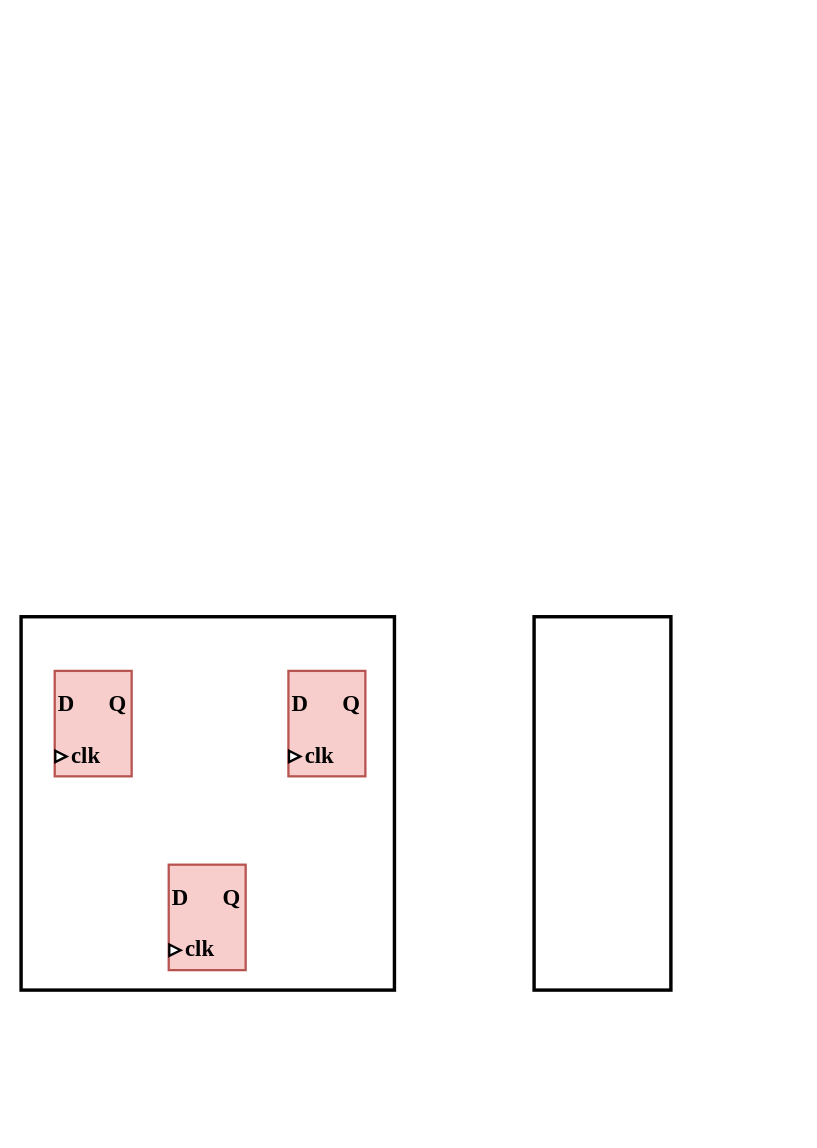
Before: logicsynthesis.drawio in kxzhu0505/LogicSynOpt, a draw.io diagram. Source tidied: cells renumbered, new cells numbered last; positions are measured from the earlier drawing's top-left corner, leaving out a move shared by most shapes. Both pictures are drawn from the tidied source at 114%, with x=0, y=0 at pixel (21, 616).
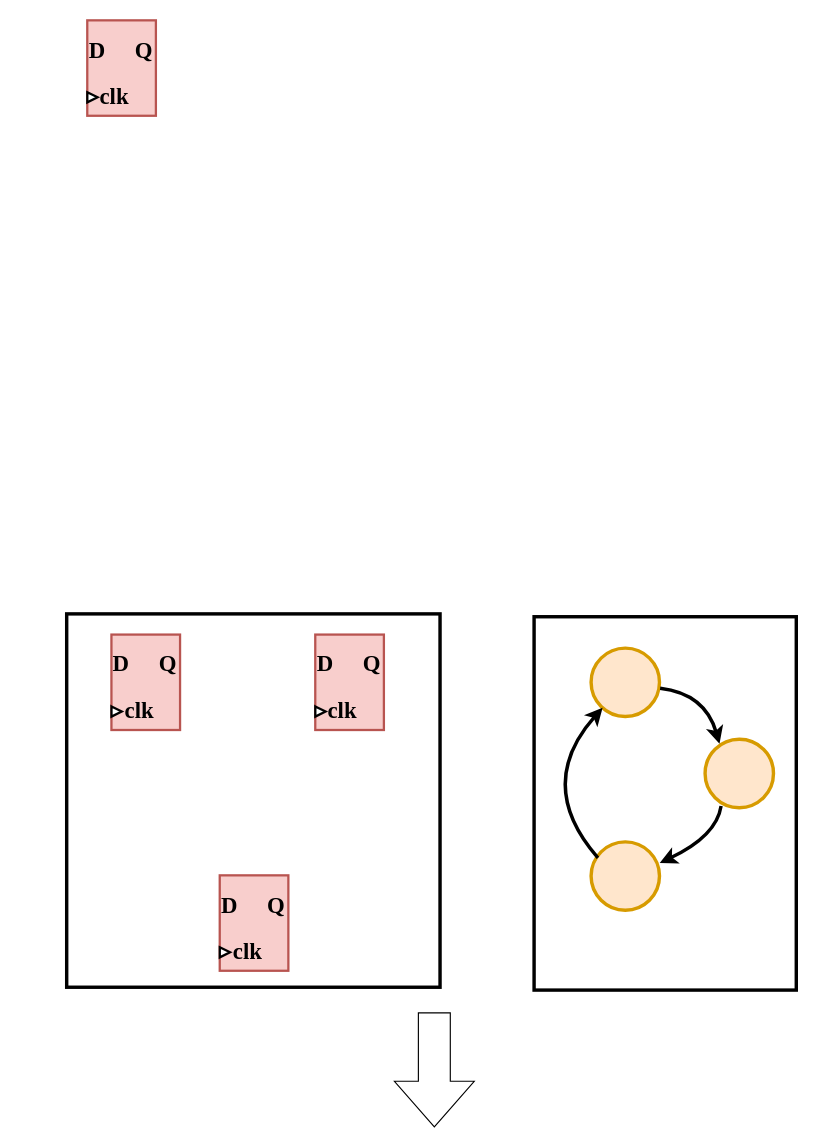
After the change.

The edit, as a diff of the source:
```diff
@@
     <mxCell id="2" style="whiteSpace=wrap;html=1;strokeWidth=3;" parent="1" vertex="1">
-      <mxGeometry y="0.5" width="327.5" height="327.5" as="geometry" />
+      <mxGeometry x="40" y="-2" width="327.5" height="327.5" as="geometry" />
     </mxCell>
     <mxCell id="3" style="group;" parent="1" vertex="1">
-      <mxGeometry x="10" y="48" width="105" height="92.5" as="geometry" />
+      <mxGeometry x="40" y="-522" width="95" height="82.5" as="geometry" />
     </mxCell>
     <mxCell id="4" style="rounded=0;whiteSpace=wrap;html=1;rotation=90;strokeWidth=2;fontFamily=Times New Roman;fillColor=#f8cecc;strokeColor=#b85450;" parent="3" vertex="1">
-      <mxGeometry x="7" y="12.5" width="92.5" height="67.5" as="geometry" />
+      <mxGeometry x="6.3" y="11.1" width="83.7" height="60.2" as="geometry" />
     </mxCell>
     <mxCell id="5" value="&lt;font size=&quot;1&quot;&gt;&lt;b style=&quot;font-size: 20px;&quot;&gt;D&lt;/b&gt;&lt;/font&gt;" style="text;html=1;strokeColor=none;fillColor=none;align=center;verticalAlign=middle;whiteSpace=wrap;rounded=0;strokeWidth=2;fontFamily=Times New Roman;" parent="3" vertex="1">
-      <mxGeometry y="12.5" width="60" height="30" as="geometry" />
+      <mxGeometry y="11.1" width="54.3" height="26.8" as="geometry" />
     </mxCell>
     <mxCell id="6" value="&lt;font size=&quot;1&quot;&gt;&lt;b style=&quot;font-size: 20px;&quot;&gt;Q&lt;/b&gt;&lt;/font&gt;" style="text;html=1;strokeColor=none;fillColor=none;align=center;verticalAlign=middle;whiteSpace=wrap;rounded=0;strokeWidth=2;fontFamily=Times New Roman;" parent="3" vertex="1">
-      <mxGeometry x="45" y="12.5" width="60" height="30" as="geometry" />
+      <mxGeometry x="40.7" y="11.1" width="54.3" height="26.8" as="geometry" />
     </mxCell>
     <mxCell id="7" style="triangle;whiteSpace=wrap;html=1;strokeWidth=2;fontFamily=Times New Roman;" parent="3" vertex="1">
-      <mxGeometry x="20" y="70" width="10" height="10" as="geometry" />
+      <mxGeometry x="18.1" y="62.4" width="9" height="8.9" as="geometry" />
     </mxCell>
     <mxCell id="8" value="&lt;font size=&quot;1&quot;&gt;&lt;b style=&quot;font-size: 20px;&quot;&gt;clk&lt;/b&gt;&lt;/font&gt;" style="text;html=1;strokeColor=none;fillColor=none;align=center;verticalAlign=middle;whiteSpace=wrap;rounded=0;strokeWidth=2;fontFamily=Times New Roman;" parent="3" vertex="1">
-      <mxGeometry x="17" y="58" width="60" height="30" as="geometry" />
+      <mxGeometry x="15.4" y="51.7" width="54.3" height="26.8" as="geometry" />
     </mxCell>
-    <mxCell id="9" style="group;" parent="1" vertex="1">
-      <mxGeometry x="215" y="48" width="105" height="92.5" as="geometry" />
-    </mxCell>
-    <mxCell id="10" style="rounded=0;whiteSpace=wrap;html=1;rotation=90;strokeWidth=2;fontFamily=Times New Roman;fillColor=#f8cecc;strokeColor=#b85450;" parent="9" vertex="1">
-      <mxGeometry x="7" y="12.5" width="92.5" height="67.5" as="geometry" />
-    </mxCell>
-    <mxCell id="11" value="&lt;font size=&quot;1&quot;&gt;&lt;b style=&quot;font-size: 20px;&quot;&gt;D&lt;/b&gt;&lt;/font&gt;" style="text;html=1;strokeColor=none;fillColor=none;align=center;verticalAlign=middle;whiteSpace=wrap;rounded=0;strokeWidth=2;fontFamily=Times New Roman;" parent="9" vertex="1">
-      <mxGeometry y="12.5" width="60" height="30" as="geometry" />
-    </mxCell>
-    <mxCell id="12" value="&lt;font size=&quot;1&quot;&gt;&lt;b style=&quot;font-size: 20px;&quot;&gt;Q&lt;/b&gt;&lt;/font&gt;" style="text;html=1;strokeColor=none;fillColor=none;align=center;verticalAlign=middle;whiteSpace=wrap;rounded=0;strokeWidth=2;fontFamily=Times New Roman;" parent="9" vertex="1">
-      <mxGeometry x="45" y="12.5" width="60" height="30" as="geometry" />
-    </mxCell>
-    <mxCell id="13" style="triangle;whiteSpace=wrap;html=1;strokeWidth=2;fontFamily=Times New Roman;" parent="9" vertex="1">
-      <mxGeometry x="20" y="70" width="10" height="10" as="geometry" />
-    </mxCell>
-    <mxCell id="14" value="&lt;font size=&quot;1&quot;&gt;&lt;b style=&quot;font-size: 20px;&quot;&gt;clk&lt;/b&gt;&lt;/font&gt;" style="text;html=1;strokeColor=none;fillColor=none;align=center;verticalAlign=middle;whiteSpace=wrap;rounded=0;strokeWidth=2;fontFamily=Times New Roman;" parent="9" vertex="1">
-      <mxGeometry x="17" y="58" width="60" height="30" as="geometry" />
-    </mxCell>
-    <mxCell id="15" style="group;" parent="1" vertex="1">
-      <mxGeometry x="110" y="218" width="105" height="92.5" as="geometry" />
-    </mxCell>
-    <mxCell id="16" style="rounded=0;whiteSpace=wrap;html=1;rotation=90;strokeWidth=2;fontFamily=Times New Roman;fillColor=#f8cecc;strokeColor=#b85450;" parent="15" vertex="1">
-      <mxGeometry x="7" y="12.5" width="92.5" height="67.5" as="geometry" />
-    </mxCell>
-    <mxCell id="17" value="&lt;font size=&quot;1&quot;&gt;&lt;b style=&quot;font-size: 20px;&quot;&gt;D&lt;/b&gt;&lt;/font&gt;" style="text;html=1;strokeColor=none;fillColor=none;align=center;verticalAlign=middle;whiteSpace=wrap;rounded=0;strokeWidth=2;fontFamily=Times New Roman;" parent="15" vertex="1">
-      <mxGeometry y="12.5" width="60" height="30" as="geometry" />
-    </mxCell>
-    <mxCell id="18" value="&lt;font size=&quot;1&quot;&gt;&lt;b style=&quot;font-size: 20px;&quot;&gt;Q&lt;/b&gt;&lt;/font&gt;" style="text;html=1;strokeColor=none;fillColor=none;align=center;verticalAlign=middle;whiteSpace=wrap;rounded=0;strokeWidth=2;fontFamily=Times New Roman;" parent="15" vertex="1">
-      <mxGeometry x="45" y="12.5" width="60" height="30" as="geometry" />
-    </mxCell>
-    <mxCell id="19" style="triangle;whiteSpace=wrap;html=1;strokeWidth=2;fontFamily=Times New Roman;" parent="15" vertex="1">
-      <mxGeometry x="20" y="70" width="10" height="10" as="geometry" />
-    </mxCell>
-    <mxCell id="20" value="&lt;font size=&quot;1&quot;&gt;&lt;b style=&quot;font-size: 20px;&quot;&gt;clk&lt;/b&gt;&lt;/font&gt;" style="text;html=1;strokeColor=none;fillColor=none;align=center;verticalAlign=middle;whiteSpace=wrap;rounded=0;strokeWidth=2;fontFamily=Times New Roman;" parent="15" vertex="1">
-      <mxGeometry x="17" y="58" width="60" height="30" as="geometry" />
-    </mxCell>
     <mxCell id="21" style="rounded=0;whiteSpace=wrap;html=1;strokeWidth=3;" parent="1" vertex="1">
-      <mxGeometry x="450" y="0.5" width="120" height="327.5" as="geometry" />
+      <mxGeometry x="450" y="0.5" width="230" height="327.5" as="geometry" />
     </mxCell>
+    <mxCell id="22" style="ellipse;whiteSpace=wrap;html=1;fillColor=#ffe6cc;strokeColor=#d79b00;strokeWidth=3;" parent="1" vertex="1">
+      <mxGeometry x="500" y="28" width="60" height="60" as="geometry" />
+    </mxCell>
+    <mxCell id="23" style="ellipse;whiteSpace=wrap;html=1;fillColor=#ffe6cc;strokeColor=#d79b00;strokeWidth=3;" parent="1" vertex="1">
+      <mxGeometry x="600" y="108" width="60" height="60" as="geometry" />
+    </mxCell>
+    <mxCell id="24" style="ellipse;whiteSpace=wrap;html=1;fillColor=#ffe6cc;strokeColor=#d79b00;strokeWidth=3;" parent="1" vertex="1">
+      <mxGeometry x="500" y="198" width="60" height="60" as="geometry" />
+    </mxCell>
+    <mxCell id="25" style="curved=1;endArrow=classic;html=1;rounded=0;strokeWidth=3;exitX=0.427;exitY=1.016;exitDx=0;exitDy=0;exitPerimeter=0;" parent="1" edge="1" target="22">
+      <mxGeometry relative="1" as="geometry">
+        <mxPoint x="506" y="212" as="sourcePoint" />
+        <Array as="points">
+          <mxPoint x="450" y="148" />
+        </Array>
+      </mxGeometry>
+    </mxCell>
+    <mxCell id="26" style="curved=1;endArrow=classic;html=1;rounded=0;strokeWidth=3;exitX=1.009;exitY=0.588;exitDx=0;exitDy=0;exitPerimeter=0;entryX=0.211;entryY=0.066;entryDx=0;entryDy=0;entryPerimeter=0;" parent="1" edge="1" source="22" target="23">
+      <mxGeometry relative="1" as="geometry">
+        <Array as="points">
+          <mxPoint x="600" y="68" />
+        </Array>
+      </mxGeometry>
+    </mxCell>
+    <mxCell id="27" style="curved=1;endArrow=classic;html=1;rounded=0;strokeWidth=3;exitX=0.234;exitY=0.976;exitDx=0;exitDy=0;exitPerimeter=0;entryX=1.004;entryY=0.308;entryDx=0;entryDy=0;entryPerimeter=0;" parent="1" edge="1" source="23" target="24">
+      <mxGeometry relative="1" as="geometry">
+        <Array as="points">
+          <mxPoint x="610" y="193" />
+        </Array>
+      </mxGeometry>
+    </mxCell>
+    <mxCell id="28" style="html=1;shadow=0;dashed=0;align=center;verticalAlign=middle;shape=mxgraph.arrows2.arrow;dy=0.6;dx=40;direction=south;notch=0;" parent="1" vertex="1">
+      <mxGeometry x="327.5" y="348" width="70" height="100" as="geometry" />
+    </mxCell>
+    <mxCell id="29" style="group;" parent="1" vertex="1">
+      <mxGeometry x="61.2" y="16.8" width="95" height="82.5" as="geometry" />
+    </mxCell>
+    <mxCell id="30" style="rounded=0;whiteSpace=wrap;html=1;rotation=90;strokeWidth=2;fontFamily=Times New Roman;fillColor=#f8cecc;strokeColor=#b85450;" parent="29" vertex="1">
+      <mxGeometry x="6.3" y="11.1" width="83.7" height="60.2" as="geometry" />
+    </mxCell>
+    <mxCell id="31" value="&lt;font size=&quot;1&quot;&gt;&lt;b style=&quot;font-size: 20px;&quot;&gt;D&lt;/b&gt;&lt;/font&gt;" style="text;html=1;strokeColor=none;fillColor=none;align=center;verticalAlign=middle;whiteSpace=wrap;rounded=0;strokeWidth=2;fontFamily=Times New Roman;" parent="29" vertex="1">
+      <mxGeometry y="11.1" width="54.3" height="26.8" as="geometry" />
+    </mxCell>
+    <mxCell id="32" value="&lt;font size=&quot;1&quot;&gt;&lt;b style=&quot;font-size: 20px;&quot;&gt;Q&lt;/b&gt;&lt;/font&gt;" style="text;html=1;strokeColor=none;fillColor=none;align=center;verticalAlign=middle;whiteSpace=wrap;rounded=0;strokeWidth=2;fontFamily=Times New Roman;" parent="29" vertex="1">
+      <mxGeometry x="40.7" y="11.1" width="54.3" height="26.8" as="geometry" />
+    </mxCell>
+    <mxCell id="33" style="triangle;whiteSpace=wrap;html=1;strokeWidth=2;fontFamily=Times New Roman;" parent="29" vertex="1">
+      <mxGeometry x="18.1" y="62.4" width="9" height="8.9" as="geometry" />
+    </mxCell>
+    <mxCell id="34" value="&lt;font size=&quot;1&quot;&gt;&lt;b style=&quot;font-size: 20px;&quot;&gt;clk&lt;/b&gt;&lt;/font&gt;" style="text;html=1;strokeColor=none;fillColor=none;align=center;verticalAlign=middle;whiteSpace=wrap;rounded=0;strokeWidth=2;fontFamily=Times New Roman;" parent="29" vertex="1">
+      <mxGeometry x="15.4" y="51.7" width="54.3" height="26.8" as="geometry" />
+    </mxCell>
+    <mxCell id="35" style="group;" parent="1" vertex="1">
+      <mxGeometry x="240" y="16.8" width="95" height="82.5" as="geometry" />
+    </mxCell>
+    <mxCell id="36" style="rounded=0;whiteSpace=wrap;html=1;rotation=90;strokeWidth=2;fontFamily=Times New Roman;fillColor=#f8cecc;strokeColor=#b85450;" parent="35" vertex="1">
+      <mxGeometry x="6.3" y="11.1" width="83.7" height="60.2" as="geometry" />
+    </mxCell>
+    <mxCell id="37" value="&lt;font size=&quot;1&quot;&gt;&lt;b style=&quot;font-size: 20px;&quot;&gt;D&lt;/b&gt;&lt;/font&gt;" style="text;html=1;strokeColor=none;fillColor=none;align=center;verticalAlign=middle;whiteSpace=wrap;rounded=0;strokeWidth=2;fontFamily=Times New Roman;" parent="35" vertex="1">
+      <mxGeometry y="11.1" width="54.3" height="26.8" as="geometry" />
+    </mxCell>
+    <mxCell id="38" value="&lt;font size=&quot;1&quot;&gt;&lt;b style=&quot;font-size: 20px;&quot;&gt;Q&lt;/b&gt;&lt;/font&gt;" style="text;html=1;strokeColor=none;fillColor=none;align=center;verticalAlign=middle;whiteSpace=wrap;rounded=0;strokeWidth=2;fontFamily=Times New Roman;" parent="35" vertex="1">
+      <mxGeometry x="40.7" y="11.1" width="54.3" height="26.8" as="geometry" />
+    </mxCell>
+    <mxCell id="39" style="triangle;whiteSpace=wrap;html=1;strokeWidth=2;fontFamily=Times New Roman;" parent="35" vertex="1">
+      <mxGeometry x="18.1" y="62.4" width="9" height="8.9" as="geometry" />
+    </mxCell>
+    <mxCell id="40" value="&lt;font size=&quot;1&quot;&gt;&lt;b style=&quot;font-size: 20px;&quot;&gt;clk&lt;/b&gt;&lt;/font&gt;" style="text;html=1;strokeColor=none;fillColor=none;align=center;verticalAlign=middle;whiteSpace=wrap;rounded=0;strokeWidth=2;fontFamily=Times New Roman;" parent="35" vertex="1">
+      <mxGeometry x="15.4" y="51.7" width="54.3" height="26.8" as="geometry" />
+    </mxCell>
+    <mxCell id="41" style="group;" parent="1" vertex="1">
+      <mxGeometry x="156.2" y="228" width="95" height="82.5" as="geometry" />
+    </mxCell>
+    <mxCell id="42" style="rounded=0;whiteSpace=wrap;html=1;rotation=90;strokeWidth=2;fontFamily=Times New Roman;fillColor=#f8cecc;strokeColor=#b85450;" parent="41" vertex="1">
+      <mxGeometry x="6.3" y="11.1" width="83.7" height="60.2" as="geometry" />
+    </mxCell>
+    <mxCell id="43" value="&lt;font size=&quot;1&quot;&gt;&lt;b style=&quot;font-size: 20px;&quot;&gt;D&lt;/b&gt;&lt;/font&gt;" style="text;html=1;strokeColor=none;fillColor=none;align=center;verticalAlign=middle;whiteSpace=wrap;rounded=0;strokeWidth=2;fontFamily=Times New Roman;" parent="41" vertex="1">
+      <mxGeometry y="11.1" width="54.3" height="26.8" as="geometry" />
+    </mxCell>
+    <mxCell id="44" value="&lt;font size=&quot;1&quot;&gt;&lt;b style=&quot;font-size: 20px;&quot;&gt;Q&lt;/b&gt;&lt;/font&gt;" style="text;html=1;strokeColor=none;fillColor=none;align=center;verticalAlign=middle;whiteSpace=wrap;rounded=0;strokeWidth=2;fontFamily=Times New Roman;" parent="41" vertex="1">
+      <mxGeometry x="40.7" y="11.1" width="54.3" height="26.8" as="geometry" />
+    </mxCell>
+    <mxCell id="45" style="triangle;whiteSpace=wrap;html=1;strokeWidth=2;fontFamily=Times New Roman;" parent="41" vertex="1">
+      <mxGeometry x="18.1" y="62.4" width="9" height="8.9" as="geometry" />
+    </mxCell>
+    <mxCell id="46" value="&lt;font size=&quot;1&quot;&gt;&lt;b style=&quot;font-size: 20px;&quot;&gt;clk&lt;/b&gt;&lt;/font&gt;" style="text;html=1;strokeColor=none;fillColor=none;align=center;verticalAlign=middle;whiteSpace=wrap;rounded=0;strokeWidth=2;fontFamily=Times New Roman;" parent="41" vertex="1">
+      <mxGeometry x="15.4" y="51.7" width="54.3" height="26.8" as="geometry" />
+    </mxCell>
```
